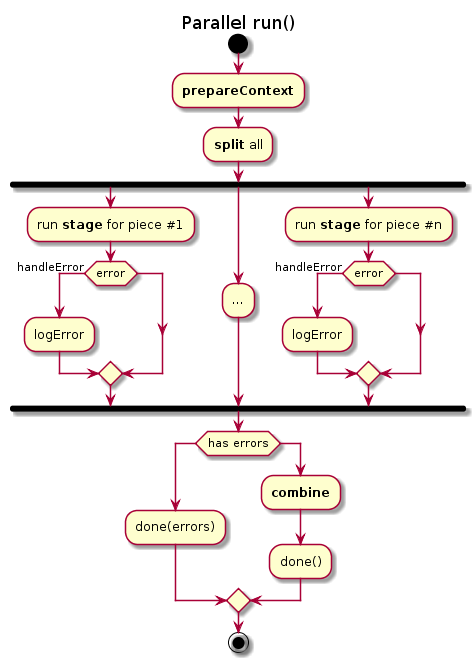
Above: pics/stages/Parallel/run_activity.png in vedmalex/pipeline.js (PlantUML), before the change.
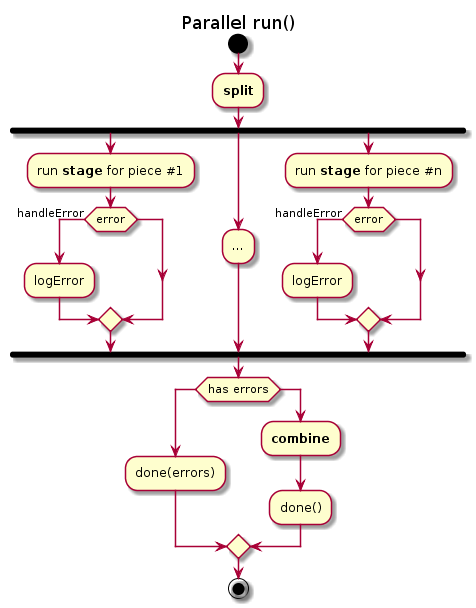
Later version of the same file.

Diff of the diagram source:
```diff
@@ -3,8 +3,7 @@
 title Parallel run()
 
 start
-:**prepareContext**;
-:**split** all;
+:**split**;
 
 fork
     :run **stage** for piece #1;
```
